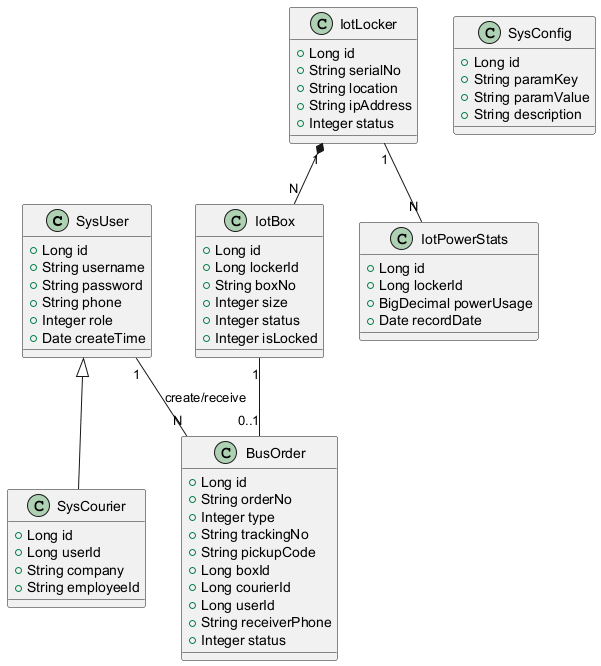
Earlier version of the PlantUML export Document/v1.0/output/ClassDiagram.png (WJZ-P/CQU-Express-Locker-System). Source of this version:
```plantuml
@startuml
class SysUser {
  +Long id
  +String username
  +String password
  +String phone
  +Integer role
  +Date createTime
}

class SysCourier {
  +Long id
  +Long userId
  +String company
  +String employeeId
}

class IotLocker {
  +Long id
  +String serialNo
  +String location
  +String ipAddress
  +Integer status
}

class IotBox {
  +Long id
  +Long lockerId
  +String boxNo
  +Integer size
  +Integer status
  +Integer isLocked
}

class BusOrder {
  +Long id
  +String orderNo
  +Integer type
  +String trackingNo
  +String pickupCode
  +Long boxId
  +Long courierId
  +Long userId
  +String receiverPhone
  +Integer status
}

class SysConfig {
  +Long id
  +String paramKey
  +String paramValue
  +String description
}

class IotPowerStats {
  +Long id
  +Long lockerId
  +BigDecimal powerUsage
  +Date recordDate
}

SysUser <|-- SysCourier
IotLocker "1" *-- "N" IotBox
IotBox "1" -- "0..1" BusOrder
SysUser "1" -- "N" BusOrder : create/receive
IotLocker "1" -- "N" IotPowerStats
@enduml
```
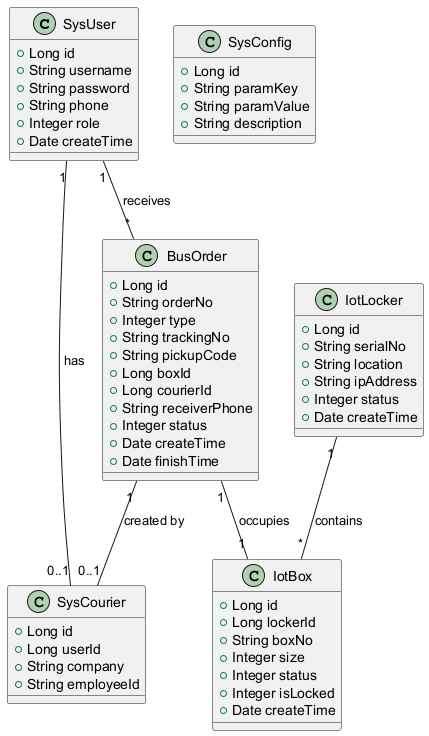
Later version of the same file.

Change to the diagram source:
```diff
@@ -1,67 +1,65 @@
 @startuml
+
 class SysUser {
-  +Long id
-  +String username
-  +String password
-  +String phone
-  +Integer role
-  +Date createTime
+    +Long id
+    +String username
+    +String password
+    +String phone
+    +Integer role
+    +Date createTime
 }
 
 class SysCourier {
-  +Long id
-  +Long userId
-  +String company
-  +String employeeId
+    +Long id
+    +Long userId
+    +String company
+    +String employeeId
 }
 
 class IotLocker {
-  +Long id
-  +String serialNo
-  +String location
-  +String ipAddress
-  +Integer status
+    +Long id
+    +String serialNo
+    +String location
+    +String ipAddress
+    +Integer status
+    +Date createTime
 }
 
 class IotBox {
-  +Long id
-  +Long lockerId
-  +String boxNo
-  +Integer size
-  +Integer status
-  +Integer isLocked
+    +Long id
+    +Long lockerId
+    +String boxNo
+    +Integer size
+    +Integer status
+    +Integer isLocked
+    +Date createTime
 }
 
 class BusOrder {
-  +Long id
-  +String orderNo
-  +Integer type
-  +String trackingNo
-  +String pickupCode
-  +Long boxId
-  +Long courierId
-  +Long userId
-  +String receiverPhone
-  +Integer status
+    +Long id
+    +String orderNo
+    +Integer type
+    +String trackingNo
+    +String pickupCode
+    +Long boxId
+    +Long courierId
+    +String receiverPhone
+    +Integer status
+    +Date createTime
+    +Date finishTime
 }
 
 class SysConfig {
-  +Long id
-  +String paramKey
-  +String paramValue
-  +String description
+    +Long id
+    +String paramKey
+    +String paramValue
+    +String description
 }
 
-class IotPowerStats {
-  +Long id
-  +Long lockerId
-  +BigDecimal powerUsage
-  +Date recordDate
-}
+SysUser "1" -- "0..1" SysCourier : has
+IotLocker "1" -- "*" IotBox : contains
+BusOrder "1" -- "1" IotBox : occupies
+BusOrder "1" -- "0..1" SysCourier : created by
+SysUser "1" -- "*" BusOrder : receives
 
-SysUser <|-- SysCourier
-IotLocker "1" *-- "N" IotBox
-IotBox "1" -- "0..1" BusOrder
-SysUser "1" -- "N" BusOrder : create/receive
-IotLocker "1" -- "N" IotPowerStats
 @enduml
```
